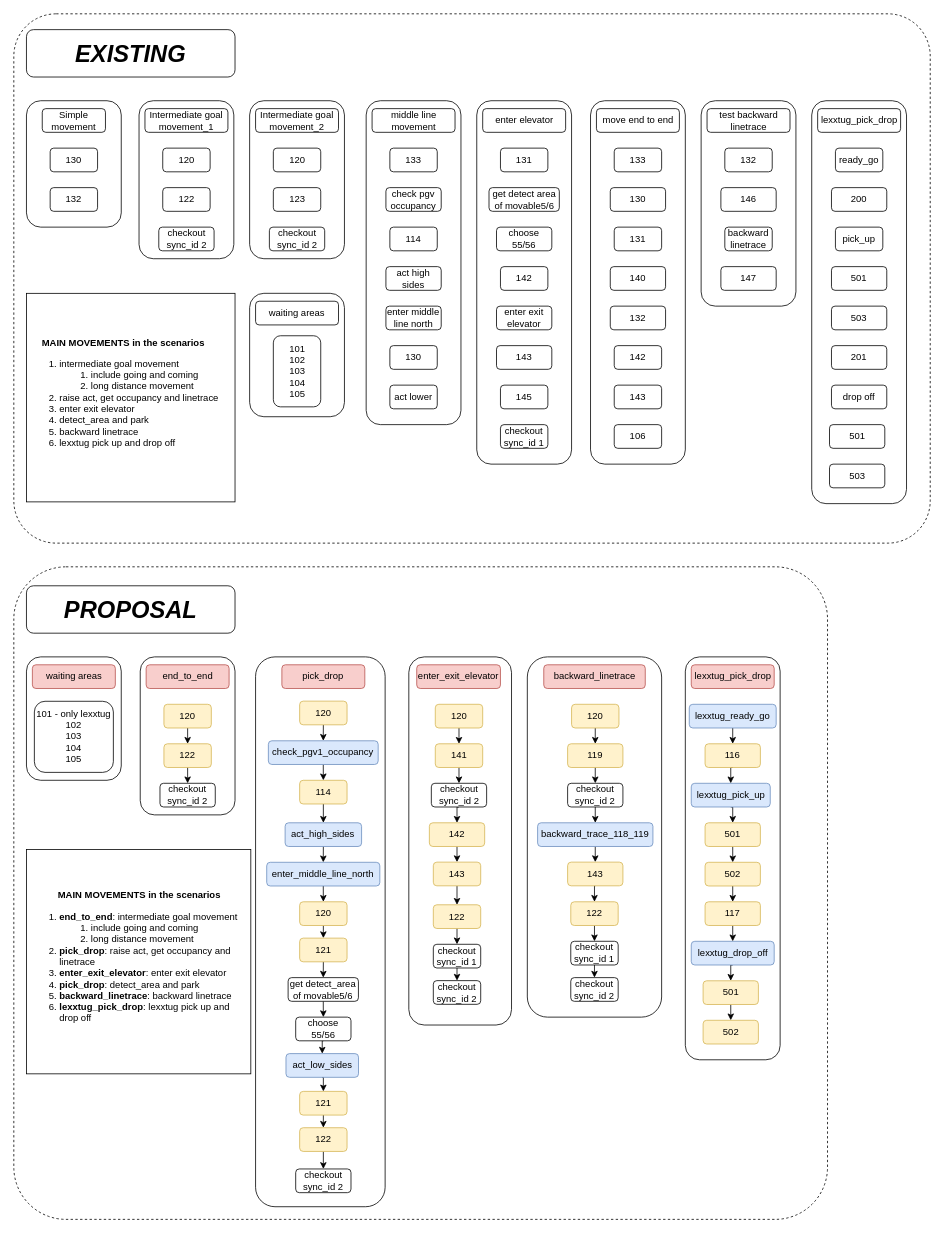
Earlier version of the draw.io diagram 24hrtest.drawio (sdswoops824/myrepo). Source tidied: cells renumbered, new cells numbered last; positions are measured from the earlier drawing's top-left corner, leaving out a move shared by most shapes. Both pictures are drawn from the tidied source at 79%, with x=0, y=0 at pixel (13, 13).
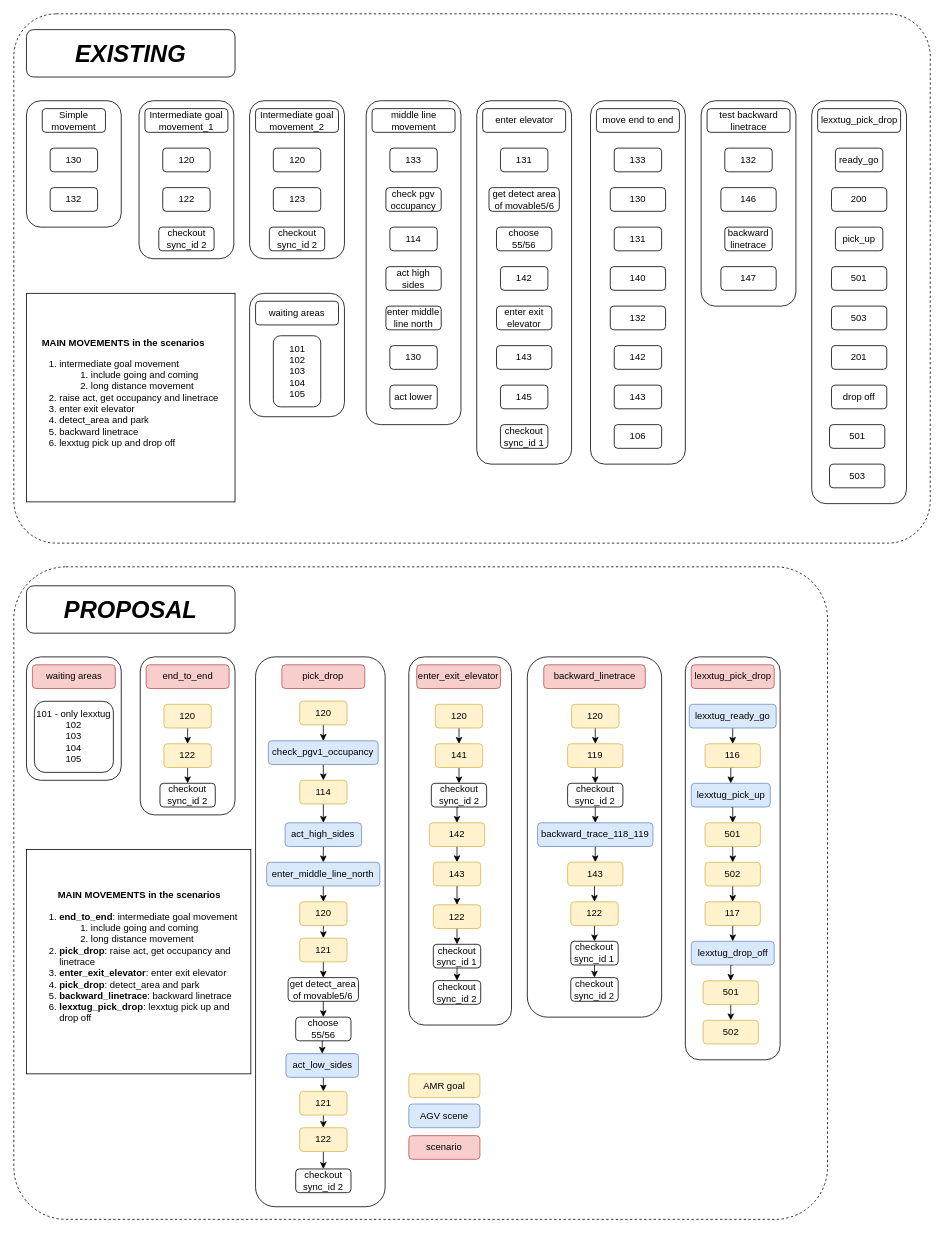
The same diagram, later.

The edit, as a diff of the source:
```diff
@@
+    <mxCell id="161" value="AMR goal" style="rounded=1;whiteSpace=wrap;html=1;fillColor=#fff2cc;strokeColor=#d6b656;" parent="1" vertex="1">
+      <mxGeometry x="500" y="1341.8" width="90" height="30" as="geometry" />
+    </mxCell>
+    <mxCell id="162" value="AGV scene" style="rounded=1;whiteSpace=wrap;html=1;fillColor=#dae8fc;strokeColor=#6c8ebf;" parent="1" vertex="1">
+      <mxGeometry x="500" y="1380" width="90" height="30" as="geometry" />
+    </mxCell>
+    <mxCell id="163" value="scenario" style="rounded=1;whiteSpace=wrap;html=1;fillColor=#f8cecc;strokeColor=#b85450;" parent="1" vertex="1">
+      <mxGeometry x="500" y="1420" width="90" height="30" as="geometry" />
+    </mxCell>
```
